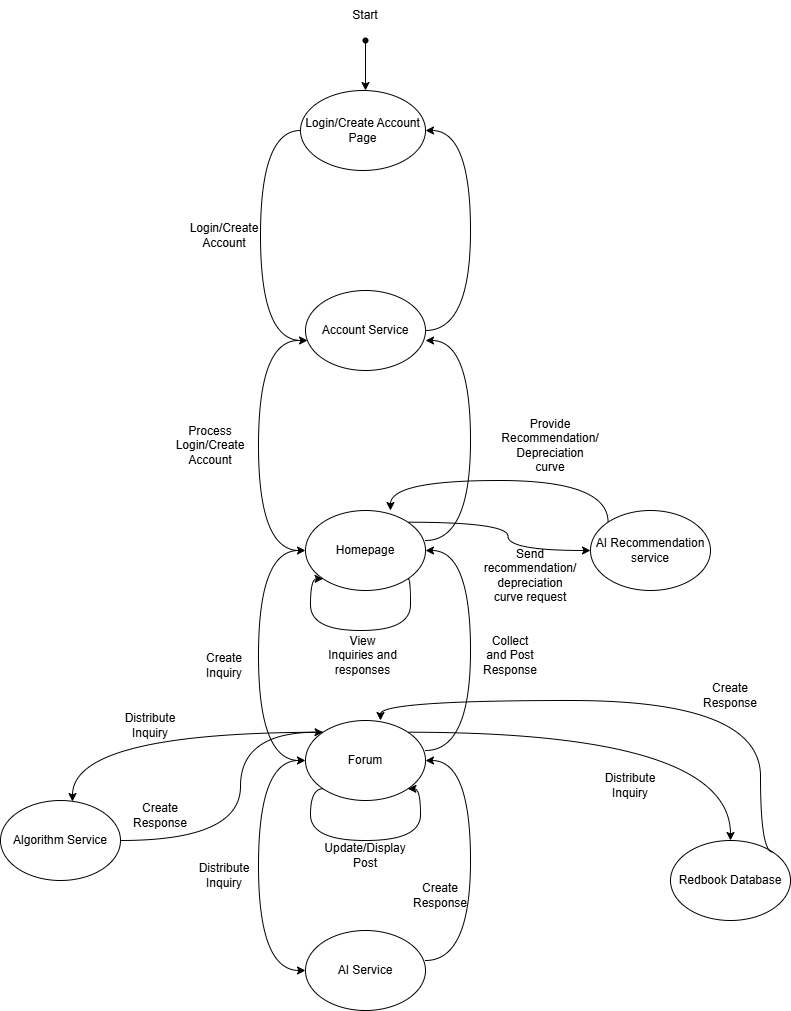
Before: Images/StateDiagram.png, a diagram exported from draw.io (AhsanM71/SFWRENG-3A04-D1). Source tidied: cells renumbered, new cells last; positions are measured from the earlier drawing's top-left corner, leaving out a move shared by most shapes. Its diagram source:
```xml
<mxGraphModel>
  <root>
    <mxCell id="0" />
    <mxCell id="1" parent="0" />
    <mxCell id="2" style="shape=waypoint;sketch=0;fillStyle=solid;size=6;points=[];fillColor=none;perimeter=centerPerimeter;snapToPoint=1;" parent="1" vertex="1">
      <mxGeometry x="355" y="30" width="20" height="20" as="geometry" />
    </mxCell>
    <mxCell id="3" style="endArrow=classic;html=1;rounded=0;exitX=0.55;exitY=1;exitDx=0;exitDy=0;exitPerimeter=0;" parent="1" edge="1" source="2">
      <mxGeometry relative="1" as="geometry">
        <mxPoint x="365" y="90" as="targetPoint" />
      </mxGeometry>
    </mxCell>
    <mxCell id="4" value="Start" style="text;html=1;align=center;verticalAlign=middle;whiteSpace=wrap;rounded=0;" parent="1" vertex="1">
      <mxGeometry x="335" width="60" height="30" as="geometry" />
    </mxCell>
    <mxCell id="5" value="Login/Create Account Page" style="ellipse;whiteSpace=wrap;html=1;" parent="1" vertex="1">
      <mxGeometry x="300" y="90" width="125" height="80" as="geometry" />
    </mxCell>
    <mxCell id="6" style="edgeStyle=orthogonalEdgeStyle;curved=1;rounded=0;jettySize=auto;html=1;entryX=1;entryY=0.5;entryDx=0;entryDy=0;exitX=1;exitY=0.5;exitDx=0;exitDy=0;" parent="1" edge="1" source="7" target="5">
      <mxGeometry relative="1" as="geometry">
        <Array as="points">
          <mxPoint x="470" y="330" />
          <mxPoint x="470" y="130" />
        </Array>
      </mxGeometry>
    </mxCell>
    <mxCell id="7" value="Account Service" style="ellipse;whiteSpace=wrap;html=1;" parent="1" vertex="1">
      <mxGeometry x="305" y="290" width="120" height="80" as="geometry" />
    </mxCell>
    <mxCell id="8" style="edgeStyle=orthogonalEdgeStyle;curved=1;rounded=0;jettySize=auto;html=1;exitX=0;exitY=0.5;exitDx=0;exitDy=0;entryX=0.017;entryY=0.625;entryDx=0;entryDy=0;entryPerimeter=0;" parent="1" edge="1" source="5" target="7">
      <mxGeometry relative="1" as="geometry">
        <Array as="points">
          <mxPoint x="260" y="130" />
          <mxPoint x="260" y="340" />
        </Array>
      </mxGeometry>
    </mxCell>
    <mxCell id="9" value="Login/Create Account" style="text;html=1;align=center;verticalAlign=middle;whiteSpace=wrap;rounded=0;" parent="1" vertex="1">
      <mxGeometry x="194" y="220" width="60" height="30" as="geometry" />
    </mxCell>
    <mxCell id="10" style="edgeStyle=orthogonalEdgeStyle;curved=1;rounded=0;jettySize=auto;html=1;exitX=1;exitY=0;exitDx=0;exitDy=0;" parent="1" edge="1" source="11" target="39">
      <mxGeometry relative="1" as="geometry" />
    </mxCell>
    <mxCell id="11" value="Homepage" style="ellipse;whiteSpace=wrap;html=1;" parent="1" vertex="1">
      <mxGeometry x="305" y="510" width="120" height="80" as="geometry" />
    </mxCell>
    <mxCell id="12" style="edgeStyle=orthogonalEdgeStyle;curved=1;rounded=0;orthogonalLoop=1;jettySize=auto;html=1;exitX=0;exitY=0.5;exitDx=0;exitDy=0;entryX=0.017;entryY=0.625;entryDx=0;entryDy=0;entryPerimeter=0;" parent="1" edge="1">
      <mxGeometry relative="1" as="geometry">
        <mxPoint x="298" y="340" as="sourcePoint" />
        <mxPoint x="305" y="550" as="targetPoint" />
        <Array as="points">
          <mxPoint x="258" y="340" />
          <mxPoint x="258" y="550" />
        </Array>
      </mxGeometry>
    </mxCell>
    <mxCell id="13" style="edgeStyle=orthogonalEdgeStyle;curved=1;rounded=0;orthogonalLoop=1;jettySize=auto;html=1;entryX=1;entryY=0.5;entryDx=0;entryDy=0;exitX=1;exitY=0.5;exitDx=0;exitDy=0;" parent="1" edge="1">
      <mxGeometry relative="1" as="geometry">
        <mxPoint x="425" y="540" as="sourcePoint" />
        <mxPoint x="425" y="340" as="targetPoint" />
        <Array as="points">
          <mxPoint x="470" y="540" />
          <mxPoint x="470" y="340" />
        </Array>
      </mxGeometry>
    </mxCell>
    <mxCell id="14" value="Process Login/Create Account" style="text;html=1;align=center;verticalAlign=middle;whiteSpace=wrap;rounded=0;" parent="1" vertex="1">
      <mxGeometry x="180" y="430" width="60" height="30" as="geometry" />
    </mxCell>
    <mxCell id="15" value="AI Service" style="ellipse;whiteSpace=wrap;html=1;" parent="1" vertex="1">
      <mxGeometry x="305" y="930" width="120" height="80" as="geometry" />
    </mxCell>
    <mxCell id="16" style="edgeStyle=orthogonalEdgeStyle;curved=1;rounded=0;orthogonalLoop=1;jettySize=auto;html=1;exitX=0;exitY=0.5;exitDx=0;exitDy=0;entryX=0.017;entryY=0.625;entryDx=0;entryDy=0;entryPerimeter=0;fontStyle=1;" parent="1" edge="1">
      <mxGeometry relative="1" as="geometry">
        <mxPoint x="298" y="550" as="sourcePoint" />
        <mxPoint x="305" y="760" as="targetPoint" />
        <Array as="points">
          <mxPoint x="258" y="550" />
          <mxPoint x="258" y="760" />
        </Array>
      </mxGeometry>
    </mxCell>
    <mxCell id="17" value="Create Inquiry" style="text;html=1;align=center;verticalAlign=middle;whiteSpace=wrap;rounded=0;" parent="1" vertex="1">
      <mxGeometry x="194" y="650" width="60" height="30" as="geometry" />
    </mxCell>
    <mxCell id="18" style="edgeStyle=orthogonalEdgeStyle;curved=1;rounded=0;jettySize=auto;html=1;exitX=1;exitY=0;exitDx=0;exitDy=0;entryX=0.5;entryY=0;entryDx=0;entryDy=0;" parent="1" edge="1" source="19" target="26">
      <mxGeometry relative="1" as="geometry" />
    </mxCell>
    <mxCell id="19" value="Forum" style="ellipse;whiteSpace=wrap;html=1;" parent="1" vertex="1">
      <mxGeometry x="305" y="720" width="120" height="80" as="geometry" />
    </mxCell>
    <mxCell id="20" value="Collect and Post Response" style="text;html=1;align=center;verticalAlign=middle;whiteSpace=wrap;rounded=0;" parent="1" vertex="1">
      <mxGeometry x="480" y="640" width="60" height="30" as="geometry" />
    </mxCell>
    <mxCell id="21" style="edgeStyle=orthogonalEdgeStyle;curved=1;rounded=0;orthogonalLoop=1;jettySize=auto;html=1;entryX=1;entryY=0.5;entryDx=0;entryDy=0;exitX=1;exitY=0.5;exitDx=0;exitDy=0;" parent="1" edge="1">
      <mxGeometry relative="1" as="geometry">
        <mxPoint x="425" y="750" as="sourcePoint" />
        <mxPoint x="425" y="550" as="targetPoint" />
        <Array as="points">
          <mxPoint x="470" y="750" />
          <mxPoint x="470" y="550" />
        </Array>
      </mxGeometry>
    </mxCell>
    <mxCell id="22" style="edgeStyle=orthogonalEdgeStyle;curved=1;rounded=0;orthogonalLoop=1;jettySize=auto;html=1;exitX=0;exitY=0.5;exitDx=0;exitDy=0;entryX=0.017;entryY=0.625;entryDx=0;entryDy=0;entryPerimeter=0;" parent="1" edge="1">
      <mxGeometry relative="1" as="geometry">
        <mxPoint x="298" y="760" as="sourcePoint" />
        <mxPoint x="305" y="970" as="targetPoint" />
        <Array as="points">
          <mxPoint x="258" y="760" />
          <mxPoint x="258" y="970" />
        </Array>
      </mxGeometry>
    </mxCell>
    <mxCell id="23" value="Distribute Inquiry" style="text;html=1;align=center;verticalAlign=middle;whiteSpace=wrap;rounded=0;" parent="1" vertex="1">
      <mxGeometry x="194" y="860" width="60" height="30" as="geometry" />
    </mxCell>
    <mxCell id="24" style="edgeStyle=orthogonalEdgeStyle;curved=1;rounded=0;orthogonalLoop=1;jettySize=auto;html=1;entryX=1;entryY=0.5;entryDx=0;entryDy=0;exitX=1;exitY=0.5;exitDx=0;exitDy=0;" parent="1" edge="1">
      <mxGeometry relative="1" as="geometry">
        <mxPoint x="425" y="960" as="sourcePoint" />
        <mxPoint x="425" y="760" as="targetPoint" />
        <Array as="points">
          <mxPoint x="470" y="960" />
          <mxPoint x="470" y="760" />
        </Array>
      </mxGeometry>
    </mxCell>
    <mxCell id="25" value="Create Response" style="text;html=1;align=center;verticalAlign=middle;whiteSpace=wrap;rounded=0;" parent="1" vertex="1">
      <mxGeometry x="410" y="880" width="60" height="30" as="geometry" />
    </mxCell>
    <mxCell id="26" value="Redbook Database" style="ellipse;whiteSpace=wrap;html=1;" parent="1" vertex="1">
      <mxGeometry x="670" y="840" width="120" height="80" as="geometry" />
    </mxCell>
    <mxCell id="27" style="edgeStyle=orthogonalEdgeStyle;curved=1;rounded=0;jettySize=auto;html=1;exitX=1;exitY=0;exitDx=0;exitDy=0;entryX=0.625;entryY=0;entryDx=0;entryDy=0;entryPerimeter=0;" parent="1" edge="1" source="26" target="19">
      <mxGeometry relative="1" as="geometry">
        <Array as="points">
          <mxPoint x="760" y="852" />
          <mxPoint x="760" y="700" />
          <mxPoint x="380" y="700" />
        </Array>
      </mxGeometry>
    </mxCell>
    <mxCell id="28" value="Create Response" style="text;html=1;align=center;verticalAlign=middle;whiteSpace=wrap;rounded=0;" parent="1" vertex="1">
      <mxGeometry x="700" y="680" width="60" height="30" as="geometry" />
    </mxCell>
    <mxCell id="29" value="View Inquiries and responses" style="text;html=1;align=center;verticalAlign=middle;whiteSpace=wrap;rounded=0;" parent="1" vertex="1">
      <mxGeometry x="325" y="640" width="75" height="30" as="geometry" />
    </mxCell>
    <mxCell id="30" style="edgeStyle=orthogonalEdgeStyle;curved=1;rounded=0;orthogonalLoop=1;jettySize=auto;html=1;exitX=0;exitY=1;exitDx=0;exitDy=0;entryX=1;entryY=1;entryDx=0;entryDy=0;" parent="1" edge="1" source="19" target="19">
      <mxGeometry relative="1" as="geometry">
        <Array as="points">
          <mxPoint x="310" y="788" />
          <mxPoint x="310" y="840" />
          <mxPoint x="420" y="840" />
          <mxPoint x="420" y="788" />
        </Array>
      </mxGeometry>
    </mxCell>
    <mxCell id="31" value="Update/Display Post" style="text;html=1;align=center;verticalAlign=middle;whiteSpace=wrap;rounded=0;" parent="1" vertex="1">
      <mxGeometry x="335" y="840" width="60" height="30" as="geometry" />
    </mxCell>
    <mxCell id="32" value="Distribute Inquiry" style="text;html=1;align=center;verticalAlign=middle;whiteSpace=wrap;rounded=0;" parent="1" vertex="1">
      <mxGeometry x="600" y="770" width="60" height="30" as="geometry" />
    </mxCell>
    <mxCell id="33" style="edgeStyle=orthogonalEdgeStyle;curved=1;rounded=0;jettySize=auto;html=1;entryX=0;entryY=0;entryDx=0;entryDy=0;" parent="1" edge="1" source="34" target="19">
      <mxGeometry relative="1" as="geometry">
        <Array as="points">
          <mxPoint x="240" y="840" />
          <mxPoint x="240" y="732" />
        </Array>
      </mxGeometry>
    </mxCell>
    <mxCell id="34" value="Algorithm Service" style="ellipse;whiteSpace=wrap;html=1;" parent="1" vertex="1">
      <mxGeometry y="800" width="120" height="80" as="geometry" />
    </mxCell>
    <mxCell id="35" value="Create Response" style="text;html=1;align=center;verticalAlign=middle;whiteSpace=wrap;rounded=0;" parent="1" vertex="1">
      <mxGeometry x="130" y="800" width="60" height="30" as="geometry" />
    </mxCell>
    <mxCell id="36" value="Distribute Inquiry" style="text;html=1;align=center;verticalAlign=middle;whiteSpace=wrap;rounded=0;" parent="1" vertex="1">
      <mxGeometry x="120" y="710" width="60" height="30" as="geometry" />
    </mxCell>
    <mxCell id="37" style="edgeStyle=orthogonalEdgeStyle;curved=1;rounded=0;jettySize=auto;html=1;exitX=0;exitY=0;exitDx=0;exitDy=0;entryX=0.6;entryY=0.013;entryDx=0;entryDy=0;entryPerimeter=0;" parent="1" edge="1" source="19" target="34">
      <mxGeometry relative="1" as="geometry" />
    </mxCell>
    <mxCell id="38" style="edgeStyle=orthogonalEdgeStyle;curved=1;rounded=0;orthogonalLoop=1;jettySize=auto;html=1;exitX=1;exitY=1;exitDx=0;exitDy=0;entryX=0;entryY=1;entryDx=0;entryDy=0;" parent="1" edge="1" source="11" target="11">
      <mxGeometry relative="1" as="geometry">
        <Array as="points">
          <mxPoint x="410" y="578" />
          <mxPoint x="410" y="630" />
          <mxPoint x="310" y="630" />
          <mxPoint x="310" y="578" />
        </Array>
      </mxGeometry>
    </mxCell>
    <mxCell id="39" value="AI Recommendation service" style="ellipse;whiteSpace=wrap;html=1;" parent="1" vertex="1">
      <mxGeometry x="590" y="510" width="120" height="80" as="geometry" />
    </mxCell>
    <mxCell id="40" style="edgeStyle=orthogonalEdgeStyle;curved=1;rounded=0;jettySize=auto;html=1;exitX=0;exitY=0;exitDx=0;exitDy=0;entryX=0.708;entryY=0;entryDx=0;entryDy=0;entryPerimeter=0;" parent="1" edge="1" source="39" target="11">
      <mxGeometry relative="1" as="geometry">
        <Array as="points">
          <mxPoint x="608" y="480" />
          <mxPoint x="390" y="480" />
        </Array>
      </mxGeometry>
    </mxCell>
    <mxCell id="41" value="Provide Recommendation/ Depreciation curve" style="text;html=1;align=center;verticalAlign=middle;whiteSpace=wrap;rounded=0;" parent="1" vertex="1">
      <mxGeometry x="500" y="430" width="100" height="30" as="geometry" />
    </mxCell>
    <mxCell id="42" value="Send recommendation/&lt;div&gt;depreciation curve request&lt;/div&gt;" style="text;html=1;align=center;verticalAlign=middle;whiteSpace=wrap;rounded=0;" parent="1" vertex="1">
      <mxGeometry x="480" y="560" width="100" height="30" as="geometry" />
    </mxCell>
  </root>
</mxGraphModel>
```
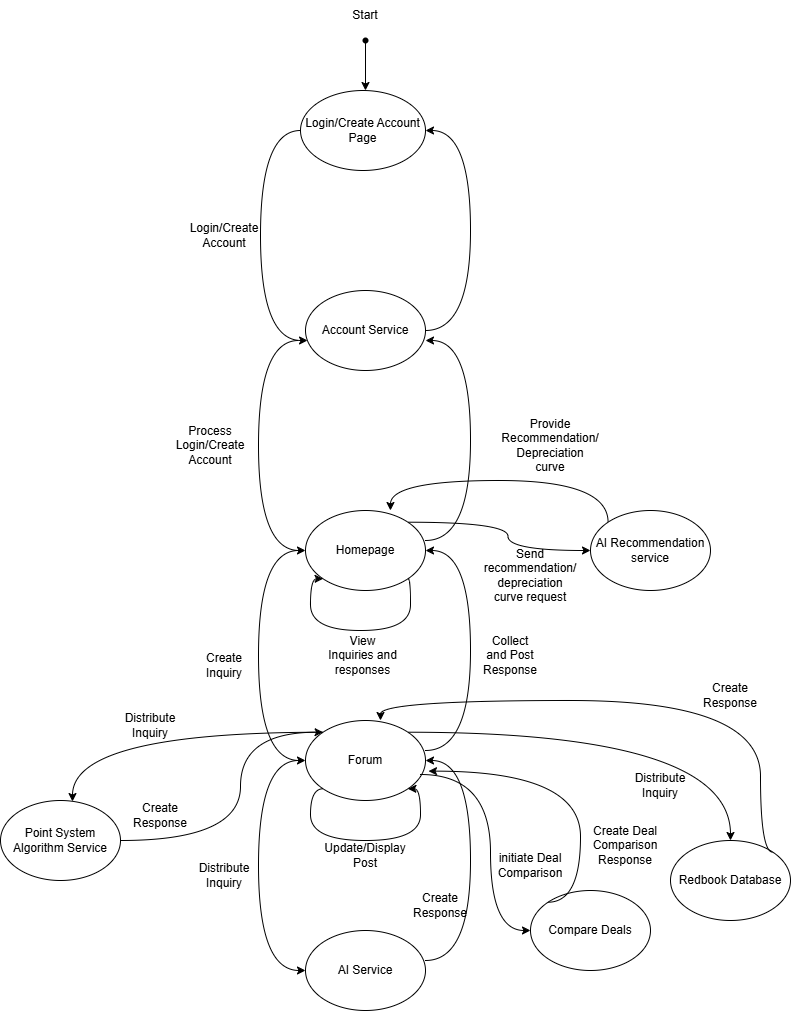
After the commit.

Change to the diagram source:
```diff
@@ -126,7 +126,7 @@
       </mxGeometry>
     </mxCell>
     <mxCell id="25" value="Create Response" style="text;html=1;align=center;verticalAlign=middle;whiteSpace=wrap;rounded=0;" parent="1" vertex="1">
-      <mxGeometry x="410" y="880" width="60" height="30" as="geometry" />
+      <mxGeometry x="410" y="890" width="60" height="30" as="geometry" />
     </mxCell>
     <mxCell id="26" value="Redbook Database" style="ellipse;whiteSpace=wrap;html=1;" parent="1" vertex="1">
       <mxGeometry x="670" y="840" width="120" height="80" as="geometry" />
@@ -160,7 +160,7 @@
       <mxGeometry x="335" y="840" width="60" height="30" as="geometry" />
     </mxCell>
     <mxCell id="32" value="Distribute Inquiry" style="text;html=1;align=center;verticalAlign=middle;whiteSpace=wrap;rounded=0;" parent="1" vertex="1">
-      <mxGeometry x="600" y="770" width="60" height="30" as="geometry" />
+      <mxGeometry x="630" y="770" width="60" height="30" as="geometry" />
     </mxCell>
     <mxCell id="33" style="edgeStyle=orthogonalEdgeStyle;curved=1;rounded=0;jettySize=auto;html=1;entryX=0;entryY=0;entryDx=0;entryDy=0;" parent="1" edge="1" source="34" target="19">
       <mxGeometry relative="1" as="geometry">
@@ -170,7 +170,7 @@
         </Array>
       </mxGeometry>
     </mxCell>
-    <mxCell id="34" value="Algorithm Service" style="ellipse;whiteSpace=wrap;html=1;" parent="1" vertex="1">
+    <mxCell id="34" value="Point System Algorithm Service" style="ellipse;whiteSpace=wrap;html=1;" parent="1" vertex="1">
       <mxGeometry y="800" width="120" height="80" as="geometry" />
     </mxCell>
     <mxCell id="35" value="Create Response" style="text;html=1;align=center;verticalAlign=middle;whiteSpace=wrap;rounded=0;" parent="1" vertex="1">
@@ -209,5 +209,30 @@
     <mxCell id="42" value="Send recommendation/&lt;div&gt;depreciation curve request&lt;/div&gt;" style="text;html=1;align=center;verticalAlign=middle;whiteSpace=wrap;rounded=0;" parent="1" vertex="1">
       <mxGeometry x="480" y="560" width="100" height="30" as="geometry" />
     </mxCell>
+    <mxCell id="43" value="Compare Deals" style="ellipse;whiteSpace=wrap;html=1;" parent="1" vertex="1">
+      <mxGeometry x="530" y="890" width="120" height="80" as="geometry" />
+    </mxCell>
+    <mxCell id="44" style="endArrow=classic;html=1;rounded=0;exitX=0;exitY=0;exitDx=0;exitDy=0;edgeStyle=orthogonalEdgeStyle;curved=1;entryX=1.025;entryY=0.633;entryDx=0;entryDy=0;entryPerimeter=0;" parent="1" edge="1" source="43" target="19">
+      <mxGeometry relative="1" as="geometry">
+        <Array as="points">
+          <mxPoint x="580" y="902" />
+          <mxPoint x="580" y="771" />
+        </Array>
+      </mxGeometry>
+    </mxCell>
+    <mxCell id="45" style="endArrow=classic;html=1;rounded=0;exitX=0.958;exitY=0.675;exitDx=0;exitDy=0;exitPerimeter=0;entryX=0;entryY=0.5;entryDx=0;entryDy=0;edgeStyle=orthogonalEdgeStyle;curved=1;" parent="1" edge="1" source="19" target="43">
+      <mxGeometry relative="1" as="geometry">
+        <Array as="points">
+          <mxPoint x="490" y="774" />
+          <mxPoint x="490" y="930" />
+        </Array>
+      </mxGeometry>
+    </mxCell>
+    <mxCell id="46" value="initiate Deal Comparison" style="text;html=1;align=center;verticalAlign=middle;whiteSpace=wrap;rounded=0;" parent="1" vertex="1">
+      <mxGeometry x="500" y="850" width="60" height="30" as="geometry" />
+    </mxCell>
+    <mxCell id="47" value="Create Deal Comparison Response" style="text;html=1;align=center;verticalAlign=middle;whiteSpace=wrap;rounded=0;" parent="1" vertex="1">
+      <mxGeometry x="580" y="830" width="90" height="30" as="geometry" />
+    </mxCell>
   </root>
 </mxGraphModel>
```
